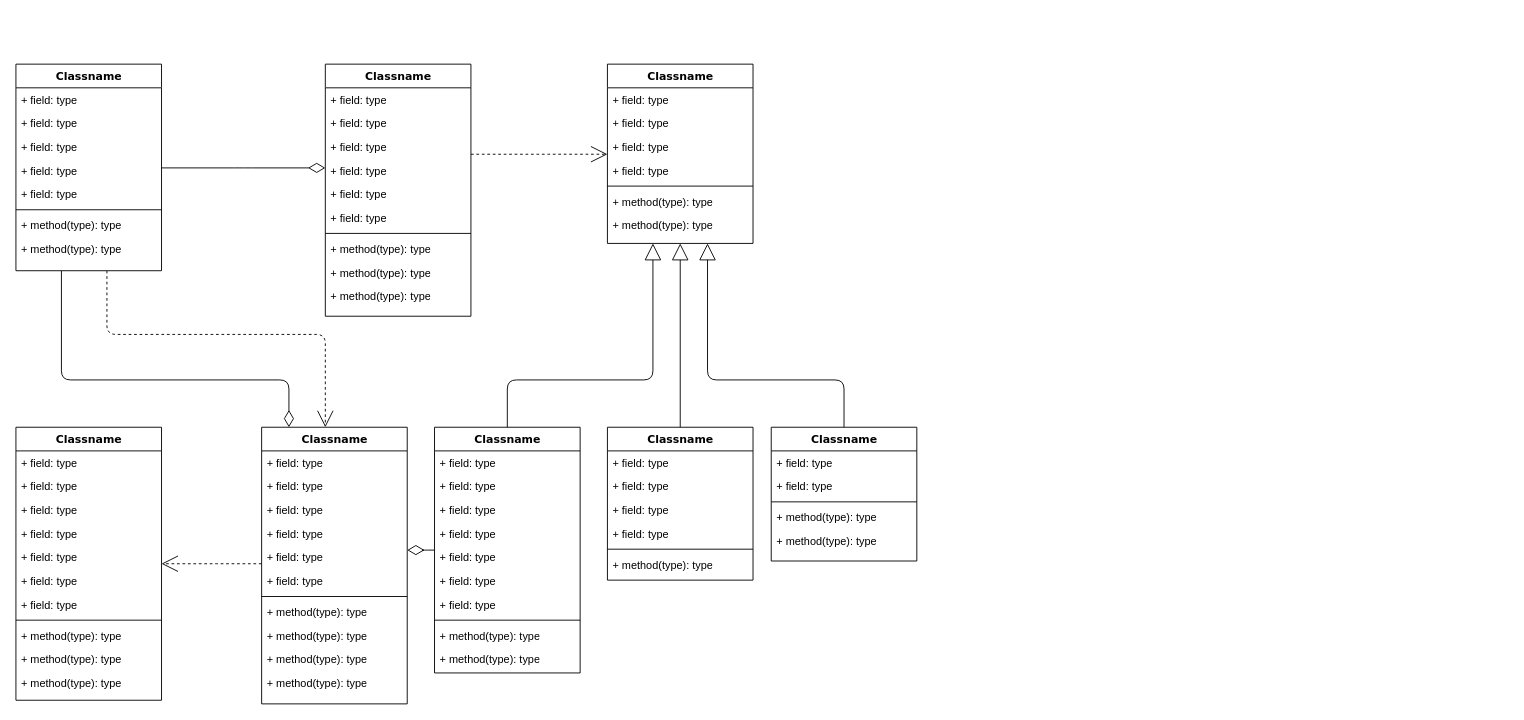
Kuvvius/Augmented-LLM keeps this draw.io diagram as 未命名绘图.drawio. Above is the earlier version. Source tidied: cells renumbered, new cells numbered last; positions are measured from the earlier drawing's top-left corner, leaving out a move shared by most shapes. Both pictures are drawn from the tidied source at 91%, with x=0, y=0 at pixel (15, 64).
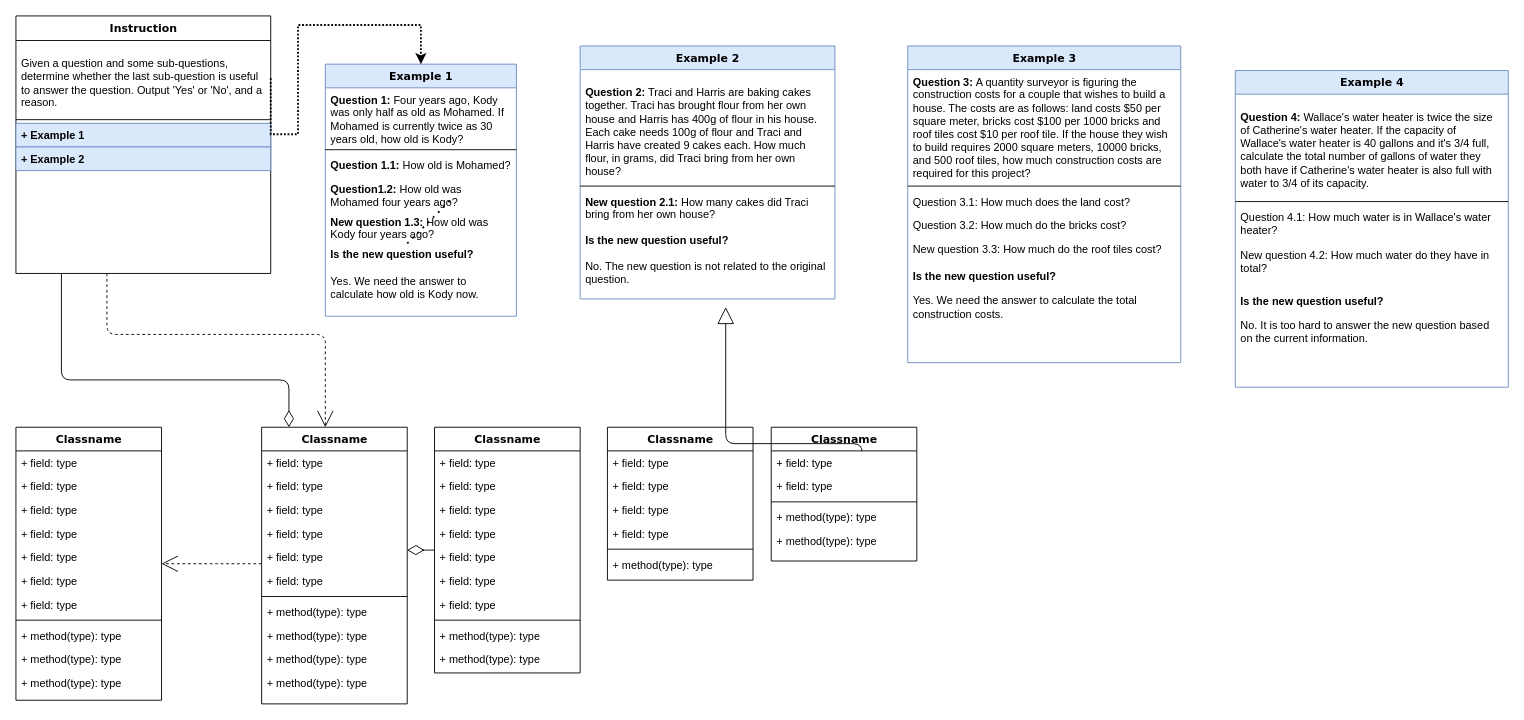
The same diagram, later.

The change refers to these unchanged cells:
```xml
<mxCell id="60" value="Classname" style="swimlane;html=1;fontStyle=1;align=center;verticalAlign=top;horizontal=1;startSize=26;swimlaneFillColor=#ffffff;rounded=0;shadow=0;comic=0;labelBackgroundColor=none;strokeWidth=1;fillColor=none;fontFamily=Verdana;fontSize=12;" parent="1" vertex="1">
  <mxGeometry x="460" y="399" width="160" height="270" as="geometry" />
</mxCell>
<mxCell id="72" value="Classname" style="swimlane;html=1;fontStyle=1;align=center;verticalAlign=top;horizontal=1;startSize=26;swimlaneFillColor=#ffffff;rounded=0;shadow=0;comic=0;labelBackgroundColor=none;strokeWidth=1;fillColor=none;fontFamily=Verdana;fontSize=12;" parent="1" vertex="1">
  <mxGeometry x="650" y="399" width="160" height="168" as="geometry" />
</mxCell>
<mxCell id="80" value="Classname" style="swimlane;html=1;fontStyle=1;align=center;verticalAlign=top;horizontal=1;startSize=26;swimlaneFillColor=#ffffff;rounded=0;shadow=0;comic=0;labelBackgroundColor=none;strokeWidth=1;fillColor=none;fontFamily=Verdana;fontSize=12;" parent="1" vertex="1">
  <mxGeometry x="830" y="399" width="160" height="147" as="geometry" />
</mxCell>
```

Diff of the diagram source:
```diff
@@
-    <mxCell id="4" value="Classname" style="swimlane;html=1;fontStyle=1;align=center;verticalAlign=top;horizontal=1;startSize=26;swimlaneFillColor=#ffffff;rounded=0;shadow=0;comic=0;labelBackgroundColor=none;strokeWidth=1;fillColor=none;fontFamily=Verdana;fontSize=12;" parent="1" vertex="1">
-      <mxGeometry width="160" height="227" as="geometry" />
+    <mxCell id="4" value="Instruction&lt;br&gt;&lt;br&gt;" style="swimlane;html=1;fontStyle=1;align=center;verticalAlign=top;horizontal=1;startSize=27;swimlaneFillColor=#ffffff;rounded=0;shadow=0;comic=0;labelBackgroundColor=none;strokeWidth=1;fillColor=none;fontFamily=Verdana;fontSize=12;" parent="1" vertex="1">
+      <mxGeometry y="-53" width="280" height="283" as="geometry" />
     </mxCell>
-    <mxCell id="5" value="+ field: type" style="text;html=1;strokeColor=none;fillColor=none;align=left;verticalAlign=top;spacingLeft=4;spacingRight=4;whiteSpace=wrap;overflow=hidden;points=[[0,0.5],[1,0.5]];portConstraint=eastwest;" parent="4" vertex="1">
-      <mxGeometry y="26" width="160" height="26" as="geometry" />
+    <mxCell id="5" value="&lt;p&gt;Given a question and some sub-questions, determine whether the last sub-question is useful to answer the question. Output 'Yes' or 'No', and a reason.&lt;/p&gt;" style="text;html=1;strokeColor=none;fillColor=none;align=left;verticalAlign=top;spacingLeft=4;spacingRight=4;whiteSpace=wrap;overflow=hidden;points=[[0,0.5],[1,0.5]];portConstraint=eastwest;" parent="4" vertex="1">
+      <mxGeometry y="27" width="280" height="83" as="geometry" />
     </mxCell>
-    <mxCell id="6" value="+ field: type" style="text;html=1;strokeColor=none;fillColor=none;align=left;verticalAlign=top;spacingLeft=4;spacingRight=4;whiteSpace=wrap;overflow=hidden;" parent="4" vertex="1">
-      <mxGeometry y="52" width="160" height="26" as="geometry" />
-    </mxCell>
-    <mxCell id="7" value="+ field: type" style="text;html=1;strokeColor=none;fillColor=none;align=left;verticalAlign=top;spacingLeft=4;spacingRight=4;whiteSpace=wrap;overflow=hidden;" parent="4" vertex="1">
-      <mxGeometry y="78" width="160" height="26" as="geometry" />
-    </mxCell>
-    <mxCell id="8" value="+ field: type" style="text;html=1;strokeColor=none;fillColor=none;align=left;verticalAlign=top;spacingLeft=4;spacingRight=4;whiteSpace=wrap;overflow=hidden;" parent="4" vertex="1">
-      <mxGeometry y="104" width="160" height="26" as="geometry" />
-    </mxCell>
-    <mxCell id="9" value="+ field: type" style="text;html=1;strokeColor=none;fillColor=none;align=left;verticalAlign=top;spacingLeft=4;spacingRight=4;whiteSpace=wrap;overflow=hidden;" parent="4" vertex="1">
-      <mxGeometry y="130" width="160" height="26" as="geometry" />
-    </mxCell>
     <mxCell id="10" style="line;html=1;strokeWidth=1;fillColor=none;align=left;verticalAlign=middle;spacingTop=-1;spacingLeft=3;spacingRight=3;labelPosition=right;" parent="4" vertex="1">
-      <mxGeometry y="156" width="160" height="8" as="geometry" />
+      <mxGeometry y="110" width="280" height="8" as="geometry" />
     </mxCell>
-    <mxCell id="11" value="+ method(type): type" style="text;html=1;strokeColor=none;fillColor=none;align=left;verticalAlign=top;spacingLeft=4;spacingRight=4;whiteSpace=wrap;overflow=hidden;" parent="4" vertex="1">
-      <mxGeometry y="164" width="160" height="26" as="geometry" />
-    </mxCell>
-    <mxCell id="12" value="+ method(type): type" style="text;html=1;strokeColor=none;fillColor=none;align=left;verticalAlign=top;spacingLeft=4;spacingRight=4;whiteSpace=wrap;overflow=hidden;" parent="4" vertex="1">
-      <mxGeometry y="190" width="160" height="26" as="geometry" />
+    <mxCell id="12" value="&lt;b&gt;+ Example 1&lt;/b&gt;" style="text;html=1;strokeColor=#6c8ebf;fillColor=#dae8fc;align=left;verticalAlign=top;spacingLeft=4;spacingRight=4;whiteSpace=wrap;overflow=hidden;" parent="4" vertex="1">
+      <mxGeometry y="118" width="280" height="26" as="geometry" />
     </mxCell>
-    <mxCell id="13" style="edgeStyle=elbowEdgeStyle;html=1;labelBackgroundColor=none;startFill=0;startSize=8;endArrow=open;endFill=0;endSize=16;fontFamily=Verdana;fontSize=12;elbow=vertical;dashed=1;" parent="1" edge="1" source="14" target="25">
-      <mxGeometry relative="1" as="geometry" />
-    </mxCell>
+    <mxCell id="87" value="&lt;b&gt;+ Example 2&lt;/b&gt;" style="text;html=1;strokeColor=#6c8ebf;fillColor=#dae8fc;align=left;verticalAlign=top;spacingLeft=4;spacingRight=4;whiteSpace=wrap;overflow=hidden;" parent="4" vertex="1">
+      <mxGeometry y="144" width="280" height="26" as="geometry" />
+    </mxCell>
-    <mxCell id="14" value="Classname" style="swimlane;html=1;fontStyle=1;align=center;verticalAlign=top;horizontal=1;startSize=26;swimlaneFillColor=#ffffff;rounded=0;shadow=0;comic=0;labelBackgroundColor=none;strokeWidth=1;fillColor=none;fontFamily=Verdana;fontSize=12;" parent="1" vertex="1">
-      <mxGeometry x="340" width="160" height="277" as="geometry" />
+    <mxCell id="14" value="Example 1" style="swimlane;html=1;fontStyle=1;align=center;verticalAlign=top;horizontal=1;startSize=26;swimlaneFillColor=#ffffff;rounded=0;shadow=0;comic=0;labelBackgroundColor=none;strokeWidth=1;fillColor=#dae8fc;fontFamily=Verdana;fontSize=12;strokeColor=#6c8ebf;" parent="1" vertex="1">
+      <mxGeometry x="340" width="210" height="277" as="geometry" />
     </mxCell>
-    <mxCell id="15" value="+ field: type" style="text;html=1;strokeColor=none;fillColor=none;align=left;verticalAlign=top;spacingLeft=4;spacingRight=4;whiteSpace=wrap;overflow=hidden;" parent="14" vertex="1">
-      <mxGeometry y="26" width="160" height="26" as="geometry" />
+    <mxCell id="15" value="&lt;b&gt;Question 1: &lt;/b&gt;Four years ago, Kody was only half as old as Mohamed. If Mohamed is currently twice as 30 years old, how old is Kody?" style="text;html=1;strokeColor=none;fillColor=none;align=left;verticalAlign=top;spacingLeft=4;spacingRight=4;whiteSpace=wrap;overflow=hidden;" parent="14" vertex="1">
+      <mxGeometry y="26" width="210" height="64" as="geometry" />
     </mxCell>
-    <mxCell id="16" value="+ field: type" style="text;html=1;strokeColor=none;fillColor=none;align=left;verticalAlign=top;spacingLeft=4;spacingRight=4;whiteSpace=wrap;overflow=hidden;" parent="14" vertex="1">
-      <mxGeometry y="52" width="160" height="26" as="geometry" />
-    </mxCell>
-    <mxCell id="17" value="+ field: type" style="text;html=1;strokeColor=none;fillColor=none;align=left;verticalAlign=top;spacingLeft=4;spacingRight=4;whiteSpace=wrap;overflow=hidden;" parent="14" vertex="1">
-      <mxGeometry y="78" width="160" height="26" as="geometry" />
-    </mxCell>
-    <mxCell id="18" value="+ field: type" style="text;html=1;strokeColor=none;fillColor=none;align=left;verticalAlign=top;spacingLeft=4;spacingRight=4;whiteSpace=wrap;overflow=hidden;" parent="14" vertex="1">
-      <mxGeometry y="104" width="160" height="26" as="geometry" />
-    </mxCell>
-    <mxCell id="19" value="+ field: type" style="text;html=1;strokeColor=none;fillColor=none;align=left;verticalAlign=top;spacingLeft=4;spacingRight=4;whiteSpace=wrap;overflow=hidden;" parent="14" vertex="1">
-      <mxGeometry y="130" width="160" height="26" as="geometry" />
-    </mxCell>
-    <mxCell id="20" value="+ field: type" style="text;html=1;strokeColor=none;fillColor=none;align=left;verticalAlign=top;spacingLeft=4;spacingRight=4;whiteSpace=wrap;overflow=hidden;" parent="14" vertex="1">
-      <mxGeometry y="156" width="160" height="26" as="geometry" />
-    </mxCell>
     <mxCell id="21" style="line;html=1;strokeWidth=1;fillColor=none;align=left;verticalAlign=middle;spacingTop=-1;spacingLeft=3;spacingRight=3;labelPosition=right;" parent="14" vertex="1">
-      <mxGeometry y="182" width="160" height="8" as="geometry" />
+      <mxGeometry y="90" width="210" height="8" as="geometry" />
     </mxCell>
-    <mxCell id="22" value="+ method(type): type" style="text;html=1;strokeColor=none;fillColor=none;align=left;verticalAlign=top;spacingLeft=4;spacingRight=4;whiteSpace=wrap;overflow=hidden;" parent="14" vertex="1">
-      <mxGeometry y="190" width="160" height="26" as="geometry" />
+    <mxCell id="22" value="&lt;b&gt;Question 1.1:&lt;/b&gt; How old is Mohamed?" style="text;html=1;strokeColor=none;fillColor=none;align=left;verticalAlign=top;spacingLeft=4;spacingRight=4;whiteSpace=wrap;overflow=hidden;" parent="14" vertex="1">
+      <mxGeometry y="98" width="210" height="26" as="geometry" />
     </mxCell>
-    <mxCell id="23" value="+ method(type): type" style="text;html=1;strokeColor=none;fillColor=none;align=left;verticalAlign=top;spacingLeft=4;spacingRight=4;whiteSpace=wrap;overflow=hidden;" parent="14" vertex="1">
-      <mxGeometry y="216" width="160" height="26" as="geometry" />
+    <mxCell id="23" value="&lt;b&gt;Question1.2:&lt;/b&gt; How old was Mohamed four years ago?" style="text;html=1;strokeColor=none;fillColor=none;align=left;verticalAlign=top;spacingLeft=4;spacingRight=4;whiteSpace=wrap;overflow=hidden;" parent="14" vertex="1">
+      <mxGeometry y="124" width="210" height="36" as="geometry" />
     </mxCell>
-    <mxCell id="24" value="+ method(type): type" style="text;html=1;strokeColor=none;fillColor=none;align=left;verticalAlign=top;spacingLeft=4;spacingRight=4;whiteSpace=wrap;overflow=hidden;" parent="14" vertex="1">
-      <mxGeometry y="242" width="160" height="26" as="geometry" />
+    <mxCell id="24" value="&lt;b&gt;New question 1.3:&lt;/b&gt; How old was Kody four years ago?" style="text;html=1;strokeColor=none;fillColor=none;align=left;verticalAlign=top;spacingLeft=4;spacingRight=4;whiteSpace=wrap;overflow=hidden;" parent="14" vertex="1">
+      <mxGeometry y="160" width="210" height="36" as="geometry" />
     </mxCell>
-    <mxCell id="25" value="Classname" style="swimlane;html=1;fontStyle=1;align=center;verticalAlign=top;horizontal=1;startSize=26;swimlaneFillColor=#ffffff;rounded=0;shadow=0;comic=0;labelBackgroundColor=none;strokeWidth=1;fillColor=none;fontFamily=Verdana;fontSize=12;" parent="1" vertex="1">
-      <mxGeometry x="650" width="160" height="197" as="geometry" />
-    </mxCell>
-    <mxCell id="26" value="+ field: type" style="text;html=1;strokeColor=none;fillColor=none;align=left;verticalAlign=top;spacingLeft=4;spacingRight=4;whiteSpace=wrap;overflow=hidden;" parent="25" vertex="1">
-      <mxGeometry y="26" width="160" height="26" as="geometry" />
-    </mxCell>
-    <mxCell id="27" value="+ field: type" style="text;html=1;strokeColor=none;fillColor=none;align=left;verticalAlign=top;spacingLeft=4;spacingRight=4;whiteSpace=wrap;overflow=hidden;" parent="25" vertex="1">
-      <mxGeometry y="52" width="160" height="26" as="geometry" />
-    </mxCell>
-    <mxCell id="28" value="+ field: type" style="text;html=1;strokeColor=none;fillColor=none;align=left;verticalAlign=top;spacingLeft=4;spacingRight=4;whiteSpace=wrap;overflow=hidden;" parent="25" vertex="1">
-      <mxGeometry y="78" width="160" height="26" as="geometry" />
-    </mxCell>
-    <mxCell id="29" value="+ field: type" style="text;html=1;strokeColor=none;fillColor=none;align=left;verticalAlign=top;spacingLeft=4;spacingRight=4;whiteSpace=wrap;overflow=hidden;" parent="25" vertex="1">
-      <mxGeometry y="104" width="160" height="26" as="geometry" />
-    </mxCell>
-    <mxCell id="30" style="line;html=1;strokeWidth=1;fillColor=none;align=left;verticalAlign=middle;spacingTop=-1;spacingLeft=3;spacingRight=3;labelPosition=right;" parent="25" vertex="1">
-      <mxGeometry y="130" width="160" height="8" as="geometry" />
-    </mxCell>
-    <mxCell id="31" value="+ method(type): type" style="text;html=1;strokeColor=none;fillColor=none;align=left;verticalAlign=top;spacingLeft=4;spacingRight=4;whiteSpace=wrap;overflow=hidden;" parent="25" vertex="1">
-      <mxGeometry y="138" width="160" height="26" as="geometry" />
-    </mxCell>
-    <mxCell id="32" value="+ method(type): type" style="text;html=1;strokeColor=none;fillColor=none;align=left;verticalAlign=top;spacingLeft=4;spacingRight=4;whiteSpace=wrap;overflow=hidden;" parent="25" vertex="1">
-      <mxGeometry y="164" width="160" height="26" as="geometry" />
-    </mxCell>
+    <mxCell id="88" value="&lt;b&gt;Is the new question useful? &lt;/b&gt;&lt;br&gt;&lt;br&gt;Yes. We need the answer to calculate how old is Kody now." style="text;html=1;strokeColor=none;fillColor=none;align=left;verticalAlign=top;spacingLeft=4;spacingRight=4;whiteSpace=wrap;overflow=hidden;" parent="14" vertex="1">
+      <mxGeometry y="196" width="210" height="70" as="geometry" />
+    </mxCell>
@@
-    <mxCell id="59" style="edgeStyle=orthogonalEdgeStyle;html=1;labelBackgroundColor=none;startFill=0;startSize=8;endArrow=block;endFill=0;endSize=16;fontFamily=Verdana;fontSize=12;" parent="1" edge="1" source="60" target="25">
-      <mxGeometry relative="1" as="geometry">
-        <Array as="points">
-          <mxPoint x="540" y="347" />
-          <mxPoint x="700" y="347" />
-        </Array>
-      </mxGeometry>
-    </mxCell>
@@
-    <mxCell id="71" style="edgeStyle=orthogonalEdgeStyle;html=1;labelBackgroundColor=none;startFill=0;startSize=8;endArrow=block;endFill=0;endSize=16;fontFamily=Verdana;fontSize=12;" parent="1" edge="1" source="72" target="25">
-      <mxGeometry relative="1" as="geometry" />
-    </mxCell>
@@
-    <mxCell id="79" style="edgeStyle=orthogonalEdgeStyle;html=1;labelBackgroundColor=none;startFill=0;startSize=8;endArrow=block;endFill=0;endSize=16;fontFamily=Verdana;fontSize=12;" parent="1" edge="1" source="80" target="25">
+    <mxCell id="79" style="edgeStyle=orthogonalEdgeStyle;html=1;labelBackgroundColor=none;startFill=0;startSize=8;endArrow=block;endFill=0;endSize=16;fontFamily=Verdana;fontSize=12;" parent="1" edge="1">
       <mxGeometry relative="1" as="geometry">
+        <mxPoint x="930" y="469" as="sourcePoint" />
+        <mxPoint x="780" y="267" as="targetPoint" />
         <Array as="points">
-          <mxPoint x="910" y="347" />
-          <mxPoint x="760" y="347" />
+          <mxPoint x="930" y="417" />
+          <mxPoint x="780" y="417" />
         </Array>
       </mxGeometry>
     </mxCell>
@@
-    <mxCell id="86" style="edgeStyle=elbowEdgeStyle;html=1;labelBackgroundColor=none;startFill=0;startSize=8;endArrow=diamondThin;endFill=0;endSize=16;fontFamily=Verdana;fontSize=12;elbow=vertical;" parent="1" edge="1" source="4" target="14">
-      <mxGeometry relative="1" as="geometry" />
-    </mxCell>
+    <mxCell id="89" style="edgeStyle=orthogonalEdgeStyle;rounded=0;jettySize=auto;html=1;exitX=1;exitY=0.5;exitDx=0;exitDy=0;entryX=0.5;entryY=0;entryDx=0;entryDy=0;dashed=1;dashPattern=1 1;strokeWidth=2;" parent="1" edge="1" source="5" target="14">
+      <mxGeometry relative="1" as="geometry">
+        <Array as="points">
+          <mxPoint x="280" y="77" />
+          <mxPoint x="310" y="77" />
+          <mxPoint x="310" y="-43" />
+          <mxPoint x="445" y="-43" />
+        </Array>
+      </mxGeometry>
+    </mxCell>
+    <mxCell id="90" value="Example 2" style="swimlane;html=1;fontStyle=1;align=center;verticalAlign=top;horizontal=1;startSize=26;swimlaneFillColor=#ffffff;rounded=0;shadow=0;comic=0;labelBackgroundColor=none;strokeWidth=1;fillColor=#dae8fc;fontFamily=Verdana;fontSize=12;strokeColor=#6c8ebf;" parent="1" vertex="1">
+      <mxGeometry x="620" y="-20" width="280" height="278" as="geometry" />
+    </mxCell>
+    <mxCell id="91" value="&lt;p&gt;&lt;b&gt;Question 2:&lt;/b&gt; Traci and Harris are baking cakes together. Traci has brought flour from her own house and Harris has 400g of flour in his house. Each cake needs 100g of flour and Traci and Harris have created 9 cakes each. How much flour, in grams, did Traci bring from her own house?&lt;/p&gt;" style="text;html=1;strokeColor=none;fillColor=none;align=left;verticalAlign=top;spacingLeft=4;spacingRight=4;whiteSpace=wrap;overflow=hidden;" parent="90" vertex="1">
+      <mxGeometry y="26" width="280" height="124" as="geometry" />
+    </mxCell>
+    <mxCell id="92" style="line;html=1;strokeWidth=1;fillColor=none;align=left;verticalAlign=middle;spacingTop=-1;spacingLeft=3;spacingRight=3;labelPosition=right;" parent="90" vertex="1">
+      <mxGeometry y="150" width="280" height="8" as="geometry" />
+    </mxCell>
+    <mxCell id="93" value="&lt;b&gt;New question 2.1:&lt;/b&gt; How many cakes did Traci bring from her own house?" style="text;html=1;strokeColor=none;fillColor=none;align=left;verticalAlign=top;spacingLeft=4;spacingRight=4;whiteSpace=wrap;overflow=hidden;" parent="90" vertex="1">
+      <mxGeometry y="158" width="280" height="42" as="geometry" />
+    </mxCell>
+    <mxCell id="94" value="&lt;b&gt;Is the new question useful? &lt;/b&gt;&lt;br&gt;&lt;br&gt;No. The new question is not related to the original question." style="text;html=1;strokeColor=none;fillColor=none;align=left;verticalAlign=top;spacingLeft=4;spacingRight=4;whiteSpace=wrap;overflow=hidden;" parent="90" vertex="1">
+      <mxGeometry y="200" width="280" height="70" as="geometry" />
+    </mxCell>
+    <mxCell id="95" style="endArrow=none;dashed=1;html=1;dashPattern=1 3;strokeWidth=2;rounded=0;" parent="1" edge="1">
+      <mxGeometry relative="1" as="geometry">
+        <mxPoint x="430" y="197" as="sourcePoint" />
+        <mxPoint x="480" y="147" as="targetPoint" />
+      </mxGeometry>
+    </mxCell>
+    <mxCell id="96" value="Example 3" style="swimlane;html=1;fontStyle=1;align=center;verticalAlign=top;horizontal=1;startSize=26;swimlaneFillColor=#ffffff;rounded=0;shadow=0;comic=0;labelBackgroundColor=none;strokeWidth=1;fillColor=#dae8fc;fontFamily=Verdana;fontSize=12;strokeColor=#6c8ebf;" parent="1" vertex="1">
+      <mxGeometry x="980" y="-20" width="300" height="348" as="geometry" />
+    </mxCell>
+    <mxCell id="97" value="&lt;b&gt;Question 3: &lt;/b&gt;A quantity surveyor is figuring the construction costs for a couple that wishes to build a house. The costs are as follows: land costs $50 per square meter, bricks cost $100 per 1000 bricks and roof tiles cost $10 per roof tile. If the house they wish to build requires 2000 square meters, 10000 bricks, and 500 roof tiles, how much construction costs are required for this project?" style="text;html=1;strokeColor=none;fillColor=none;align=left;verticalAlign=top;spacingLeft=4;spacingRight=4;whiteSpace=wrap;overflow=hidden;" parent="96" vertex="1">
+      <mxGeometry y="26" width="300" height="124" as="geometry" />
+    </mxCell>
+    <mxCell id="98" style="line;html=1;strokeWidth=1;fillColor=none;align=left;verticalAlign=middle;spacingTop=-1;spacingLeft=3;spacingRight=3;labelPosition=right;" parent="96" vertex="1">
+      <mxGeometry y="150" width="300" height="8" as="geometry" />
+    </mxCell>
+    <mxCell id="99" value="Question 3.1: How much does the land cost?" style="text;html=1;strokeColor=none;fillColor=none;align=left;verticalAlign=top;spacingLeft=4;spacingRight=4;whiteSpace=wrap;overflow=hidden;" parent="96" vertex="1">
+      <mxGeometry y="158" width="300" height="26" as="geometry" />
+    </mxCell>
+    <mxCell id="100" value="Question 3.2: How much do the bricks cost?" style="text;html=1;strokeColor=none;fillColor=none;align=left;verticalAlign=top;spacingLeft=4;spacingRight=4;whiteSpace=wrap;overflow=hidden;" parent="96" vertex="1">
+      <mxGeometry y="184" width="300" height="26" as="geometry" />
+    </mxCell>
+    <mxCell id="101" value="New question 3.3: How much do the roof tiles cost?" style="text;html=1;strokeColor=none;fillColor=none;align=left;verticalAlign=top;spacingLeft=4;spacingRight=4;whiteSpace=wrap;overflow=hidden;" parent="96" vertex="1">
+      <mxGeometry y="210" width="300" height="30" as="geometry" />
+    </mxCell>
+    <mxCell id="102" value="&lt;b&gt;Is the new question useful? &lt;/b&gt;&lt;br&gt;&lt;p&gt;Yes. We need the answer to calculate the total construction costs.&lt;/p&gt;" style="text;html=1;strokeColor=none;fillColor=none;align=left;verticalAlign=top;spacingLeft=4;spacingRight=4;whiteSpace=wrap;overflow=hidden;" parent="96" vertex="1">
+      <mxGeometry y="240" width="300" height="70" as="geometry" />
+    </mxCell>
+    <mxCell id="103" value="Example 4" style="swimlane;html=1;fontStyle=1;align=center;verticalAlign=top;horizontal=1;startSize=26;swimlaneFillColor=#ffffff;rounded=0;shadow=0;comic=0;labelBackgroundColor=none;strokeWidth=1;fillColor=#dae8fc;fontFamily=Verdana;fontSize=12;strokeColor=#6c8ebf;" parent="1" vertex="1">
+      <mxGeometry x="1340" y="7" width="300" height="348" as="geometry" />
+    </mxCell>
+    <mxCell id="104" value="&lt;p&gt;&lt;b&gt;Question 4:&lt;/b&gt; Wallace's water heater is twice the size of Catherine's water heater. If the capacity of Wallace's water heater is 40 gallons and it's 3/4 full, calculate the total number of gallons of water they both have if Catherine's water heater is also full with water to 3/4 of its capacity.&lt;/p&gt;" style="text;html=1;strokeColor=none;fillColor=none;align=left;verticalAlign=top;spacingLeft=4;spacingRight=4;whiteSpace=wrap;overflow=hidden;" parent="103" vertex="1">
+      <mxGeometry y="26" width="300" height="114" as="geometry" />
+    </mxCell>
+    <mxCell id="105" style="line;html=1;strokeWidth=1;fillColor=none;align=left;verticalAlign=middle;spacingTop=-1;spacingLeft=3;spacingRight=3;labelPosition=right;" parent="103" vertex="1">
+      <mxGeometry y="140" width="300" height="8" as="geometry" />
+    </mxCell>
+    <mxCell id="106" value="Question 4.1: How much water is in Wallace's water heater?" style="text;html=1;strokeColor=none;fillColor=none;align=left;verticalAlign=top;spacingLeft=4;spacingRight=4;whiteSpace=wrap;overflow=hidden;" parent="103" vertex="1">
+      <mxGeometry y="148" width="300" height="42" as="geometry" />
+    </mxCell>
+    <mxCell id="107" value="New question 4.2: How much water do they have in total?" style="text;html=1;strokeColor=none;fillColor=none;align=left;verticalAlign=top;spacingLeft=4;spacingRight=4;whiteSpace=wrap;overflow=hidden;" parent="103" vertex="1">
+      <mxGeometry y="190" width="300" height="50" as="geometry" />
+    </mxCell>
+    <mxCell id="108" value="&lt;b&gt;Is the new question useful? &lt;/b&gt;&lt;br&gt;&lt;p&gt;&lt;/p&gt;&lt;p&gt;No. It is too hard to answer the new question based on the current information.&lt;/p&gt;" style="text;html=1;strokeColor=none;fillColor=none;align=left;verticalAlign=top;spacingLeft=4;spacingRight=4;whiteSpace=wrap;overflow=hidden;" parent="103" vertex="1">
+      <mxGeometry y="240" width="300" height="70" as="geometry" />
+    </mxCell>
```
